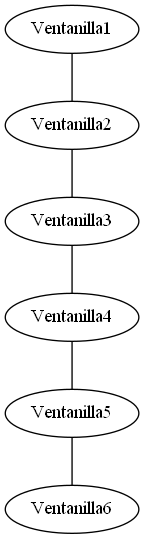
d-acetun/simulacion-sistema-impresion-de-imagenes keeps this Graphviz diagram as Fase1/listaVentanillas.png. Above is the earlier version. Its source is kept beside it as Fase1/listaVentanillas.dot.
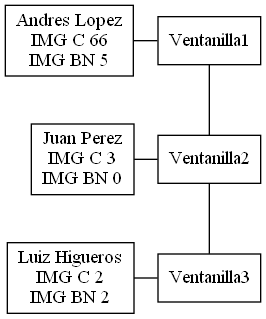
Above is the later version.

What changed in the source:
```diff
@@ -1,15 +1,19 @@
 digraph listaVentanillas {
+node[shape=box]
 edge[arrowhead=none]
 0 [label=Ventanilla1]
 1 [label=Ventanilla2]
 2 [label=Ventanilla3]
-3 [label=Ventanilla4]
-4 [label=Ventanilla5]
-5 [label=Ventanilla6]
+3 [label="Andres Lopez\nIMG C 66\nIMG BN 5"]
+4 [label="Juan Perez\nIMG C 3\nIMG BN 0"]
+5 [label="Luiz Higueros\nIMG C 2\nIMG BN 2"]
 0->1
 1->2
-2->3
-3->4
-4->5
+3->0
+4->1
+5->2
+{rank=same; 3; 0}
+{rank=same; 4; 1}
+{rank=same; 5; 2}
 rankdir=TB
 }
```
